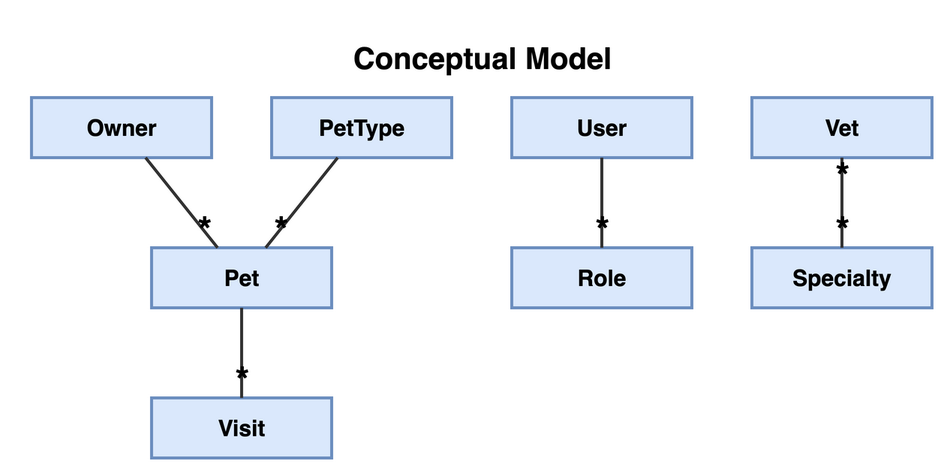
Before: petclinic-backend/docs/ConceptualModel.drawio.png, a diagram exported from draw.io (victorrentea/petclinic). Source tidied: cells renumbered, new cells last; positions are measured from the earlier drawing's top-left corner, leaving out a move shared by most shapes. Source of this version:
```xml
<mxGraphModel>
  <root>
    <mxCell id="0" />
    <mxCell id="1" parent="0" />
    <mxCell id="2" value="Conceptual Model" style="text;html=1;fontSize=20;fontStyle=1;align=center;" parent="1" vertex="1">
      <mxGeometry x="110" width="380" height="30" as="geometry" />
    </mxCell>
    <mxCell id="3" value="Owner" style="rounded=0;whiteSpace=wrap;html=1;fillColor=#dae8fc;strokeColor=#6c8ebf;fontSize=15;fontStyle=1;strokeWidth=2;" parent="1" vertex="1">
      <mxGeometry y="45" width="120" height="40" as="geometry" />
    </mxCell>
    <mxCell id="4" value="PetType" style="rounded=0;whiteSpace=wrap;html=1;fillColor=#dae8fc;strokeColor=#6c8ebf;fontSize=15;fontStyle=1;strokeWidth=2;" parent="1" vertex="1">
      <mxGeometry x="160" y="45" width="120" height="40" as="geometry" />
    </mxCell>
    <mxCell id="5" value="User" style="rounded=0;whiteSpace=wrap;html=1;fillColor=#dae8fc;strokeColor=#6c8ebf;fontSize=15;fontStyle=1;strokeWidth=2;" parent="1" vertex="1">
      <mxGeometry x="320" y="45" width="120" height="40" as="geometry" />
    </mxCell>
    <mxCell id="6" value="Vet" style="rounded=0;whiteSpace=wrap;html=1;fillColor=#dae8fc;strokeColor=#6c8ebf;fontSize=15;fontStyle=1;strokeWidth=2;" parent="1" vertex="1">
      <mxGeometry x="480" y="45" width="120" height="40" as="geometry" />
    </mxCell>
    <mxCell id="7" value="Pet" style="rounded=0;whiteSpace=wrap;html=1;fillColor=#dae8fc;strokeColor=#6c8ebf;fontSize=15;fontStyle=1;strokeWidth=2;" parent="1" vertex="1">
      <mxGeometry x="80" y="145" width="120" height="40" as="geometry" />
    </mxCell>
    <mxCell id="8" value="Role" style="rounded=0;whiteSpace=wrap;html=1;fillColor=#dae8fc;strokeColor=#6c8ebf;fontSize=15;fontStyle=1;strokeWidth=2;" parent="1" vertex="1">
      <mxGeometry x="320" y="145" width="120" height="40" as="geometry" />
    </mxCell>
    <mxCell id="9" value="Specialty" style="rounded=0;whiteSpace=wrap;html=1;fillColor=#dae8fc;strokeColor=#6c8ebf;fontSize=15;fontStyle=1;strokeWidth=2;" parent="1" vertex="1">
      <mxGeometry x="480" y="145" width="120" height="40" as="geometry" />
    </mxCell>
    <mxCell id="10" value="Visit" style="rounded=0;whiteSpace=wrap;html=1;fillColor=#dae8fc;strokeColor=#6c8ebf;fontSize=15;fontStyle=1;strokeWidth=2;" parent="1" vertex="1">
      <mxGeometry x="80" y="245" width="120" height="40" as="geometry" />
    </mxCell>
    <mxCell id="11" style="endArrow=none;html=1;strokeColor=#333333;fontSize=12;strokeWidth=2;" parent="1" edge="1" source="3" target="7">
      <mxGeometry relative="1" as="geometry" />
    </mxCell>
    <mxCell id="12" value="*" style="edgeLabel;html=1;align=center;verticalAlign=middle;fontSize=24;fontStyle=1;labelBackgroundColor=none;" parent="11" vertex="1">
      <mxGeometry x="0.6" relative="1" as="geometry" />
    </mxCell>
    <mxCell id="13" style="endArrow=none;html=1;strokeColor=#333333;fontSize=12;strokeWidth=2;" parent="1" edge="1" source="4" target="7">
      <mxGeometry relative="1" as="geometry" />
    </mxCell>
    <mxCell id="14" value="*" style="edgeLabel;html=1;align=center;verticalAlign=middle;fontSize=24;fontStyle=1;labelBackgroundColor=none;" parent="13" vertex="1">
      <mxGeometry x="0.6" relative="1" as="geometry" />
    </mxCell>
    <mxCell id="15" style="endArrow=none;html=1;strokeColor=#333333;fontSize=12;strokeWidth=2;" parent="1" edge="1" source="7" target="10">
      <mxGeometry relative="1" as="geometry" />
    </mxCell>
    <mxCell id="16" value="*" style="edgeLabel;html=1;align=center;verticalAlign=middle;fontSize=24;fontStyle=1;labelBackgroundColor=none;" parent="15" vertex="1">
      <mxGeometry x="0.6" relative="1" as="geometry" />
    </mxCell>
    <mxCell id="17" style="endArrow=none;html=1;strokeColor=#333333;fontSize=12;strokeWidth=2;" parent="1" edge="1" source="5" target="8">
      <mxGeometry relative="1" as="geometry" />
    </mxCell>
    <mxCell id="18" value="*" style="edgeLabel;html=1;align=center;verticalAlign=middle;fontSize=24;fontStyle=1;labelBackgroundColor=none;" parent="17" vertex="1">
      <mxGeometry x="0.6" relative="1" as="geometry" />
    </mxCell>
    <mxCell id="19" style="endArrow=none;html=1;strokeColor=#333333;fontSize=12;strokeWidth=2;" parent="1" edge="1" source="6" target="9">
      <mxGeometry relative="1" as="geometry" />
    </mxCell>
    <mxCell id="20" value="*" style="edgeLabel;html=1;align=center;verticalAlign=middle;fontSize=24;fontStyle=1;labelBackgroundColor=none;" parent="19" vertex="1">
      <mxGeometry x="0.6" relative="1" as="geometry" />
    </mxCell>
    <mxCell id="21" value="*" style="edgeLabel;html=1;align=center;verticalAlign=middle;fontSize=24;fontStyle=1;labelBackgroundColor=none;" parent="19" vertex="1">
      <mxGeometry x="-0.6" relative="1" as="geometry" />
    </mxCell>
  </root>
</mxGraphModel>
```
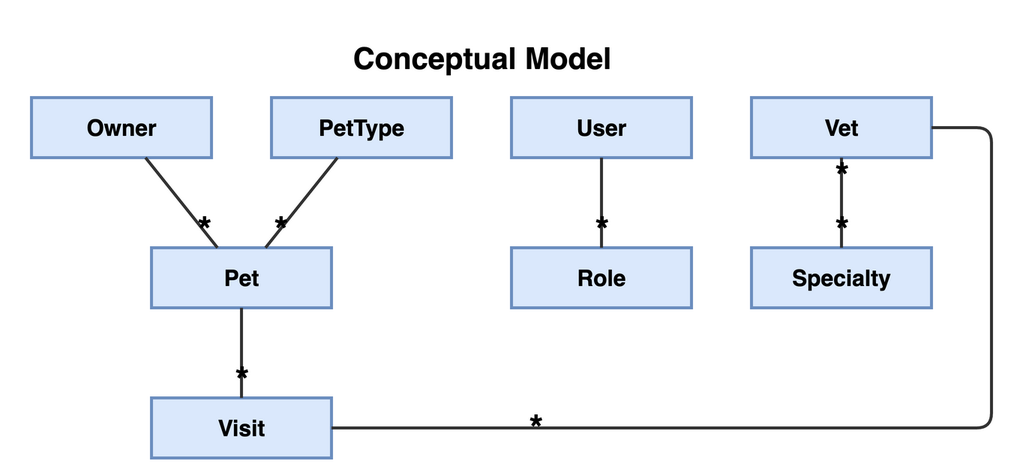
Above is the later version.

What changed in the source:
```diff
@@ -62,5 +62,16 @@
     <mxCell id="21" value="*" style="edgeLabel;html=1;align=center;verticalAlign=middle;fontSize=24;fontStyle=1;labelBackgroundColor=none;" parent="19" vertex="1">
       <mxGeometry x="-0.6" relative="1" as="geometry" />
     </mxCell>
+    <mxCell id="22" style="endArrow=none;html=1;strokeColor=#333333;strokeWidth=2;fontSize=12;exitX=1;exitY=0.5;exitDx=0;exitDy=0;entryX=1;entryY=0.5;entryDx=0;entryDy=0;" parent="1" edge="1" source="10" target="6">
+      <mxGeometry relative="1" as="geometry">
+        <Array as="points">
+          <mxPoint x="640" y="265" />
+          <mxPoint x="640" y="65" />
+        </Array>
+      </mxGeometry>
+    </mxCell>
+    <mxCell id="23" value="*" style="edgeLabel;html=1;align=center;verticalAlign=middle;fontSize=24;fontStyle=1;labelBackgroundColor=none;" parent="22" vertex="1">
+      <mxGeometry x="-0.6" relative="1" as="geometry" />
+    </mxCell>
   </root>
 </mxGraphModel>
```
